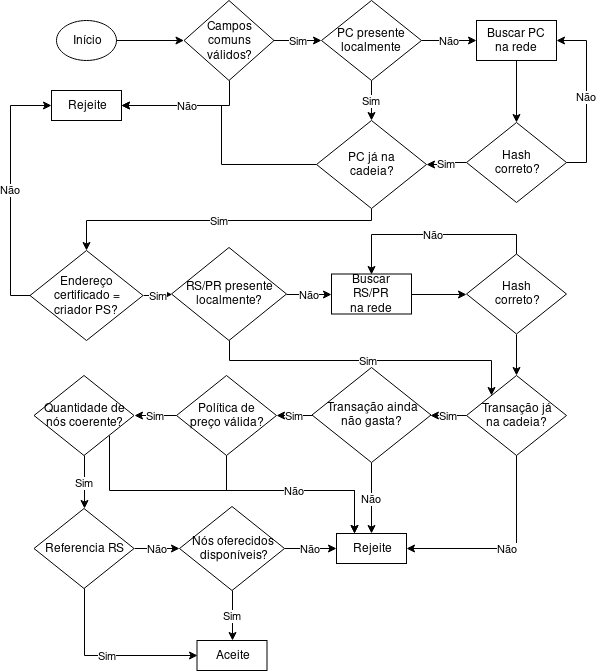
Before: imagens/validacao_ps.png, a diagram exported from draw.io (WiltonLoch/TCC). Source tidied: cells renumbered, new cells last; positions are measured from the earlier drawing's top-left corner, leaving out a move shared by most shapes.
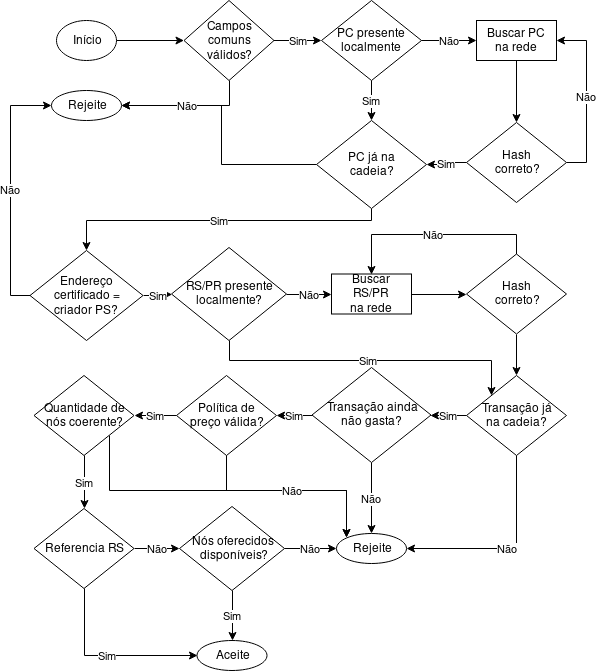
After the commit.

The edit, as a diff of the source:
```diff
@@ -2,14 +2,6 @@
   <root>
     <mxCell id="0" />
     <mxCell id="1" parent="0" />
-    <mxCell id="2" style="edgeStyle=orthogonalEdgeStyle;rounded=0;jettySize=auto;html=1;exitX=1;exitY=1;exitDx=0;exitDy=0;entryX=0.25;entryY=0;entryDx=0;entryDy=0;endArrow=classic;endFill=1;" parent="1" edge="1" source="39" target="37">
-      <mxGeometry relative="1" as="geometry">
-        <Array as="points">
-          <mxPoint x="79" y="490" />
-          <mxPoint x="324" y="490" />
-        </Array>
-      </mxGeometry>
-    </mxCell>
     <mxCell id="3" style="edgeStyle=orthogonalEdgeStyle;rounded=0;jettySize=auto;html=1;exitX=0;exitY=0.5;exitDx=0;exitDy=0;entryX=1;entryY=0.5;entryDx=0;entryDy=0;" parent="1" edge="1" source="19" target="11">
       <mxGeometry relative="1" as="geometry">
         <Array as="points">
@@ -39,7 +31,7 @@
     <mxCell id="10" style="endArrow=classic;html=1;entryX=0;entryY=0.5;entryDx=0;entryDy=0;exitX=1;exitY=0.5;exitDx=0;exitDy=0;" parent="1" edge="1" source="4" target="7">
       <mxGeometry relative="1" as="geometry" />
     </mxCell>
-    <mxCell id="11" value="Rejeite" style="rounded=0;whiteSpace=wrap;html=1;" parent="1" vertex="1">
+    <mxCell id="11" value="Rejeite" style="ellipse;whiteSpace=wrap;html=1;fontFamily=Helvetica;fontSize=12;fontColor=#000000;align=center;strokeColor=#000000;fillColor=#ffffff;" parent="1" vertex="1">
       <mxGeometry x="21" y="90" width="70" height="30" as="geometry" />
     </mxCell>
     <mxCell id="12" value="&lt;div&gt;Buscar PC&lt;br&gt;&lt;/div&gt;&lt;div&gt;na rede&lt;/div&gt;" style="rounded=0;whiteSpace=wrap;html=1;" parent="1" vertex="1">
@@ -121,23 +113,23 @@
     <mxCell id="34" value="Sim" style="edgeStyle=orthogonalEdgeStyle;rounded=0;jettySize=auto;html=1;exitX=0;exitY=0.5;exitDx=0;exitDy=0;entryX=1;entryY=0.5;entryDx=0;entryDy=0;endArrow=classic;endFill=1;" parent="1" edge="1" source="36" target="39">
       <mxGeometry relative="1" as="geometry" />
     </mxCell>
-    <mxCell id="35" value="Não" style="edgeStyle=orthogonalEdgeStyle;rounded=0;jettySize=auto;html=1;exitX=0.5;exitY=1;exitDx=0;exitDy=0;entryX=0.25;entryY=0;entryDx=0;entryDy=0;endArrow=classic;endFill=1;" parent="1" edge="1" source="36" target="37">
-      <mxGeometry relative="1" as="geometry">
-        <Array as="points">
-          <mxPoint x="196" y="490" />
-          <mxPoint x="324" y="490" />
-        </Array>
-      </mxGeometry>
-    </mxCell>
     <mxCell id="36" value="&lt;div&gt;Política de &lt;br&gt;&lt;/div&gt;&lt;div&gt;preço válida?&lt;/div&gt;" style="rhombus;whiteSpace=wrap;html=1;" parent="1" vertex="1">
       <mxGeometry x="146" y="375" width="100" height="80" as="geometry" />
     </mxCell>
-    <mxCell id="37" value="Rejeite" style="rounded=0;whiteSpace=wrap;html=1;" parent="1" vertex="1">
+    <mxCell id="37" value="Rejeite" style="ellipse;whiteSpace=wrap;html=1;fontFamily=Helvetica;fontSize=12;fontColor=#000000;align=center;strokeColor=#000000;fillColor=#ffffff;" parent="1" vertex="1">
       <mxGeometry x="306" y="533" width="70" height="30" as="geometry" />
     </mxCell>
     <mxCell id="38" value="Sim" style="edgeStyle=orthogonalEdgeStyle;rounded=0;jettySize=auto;html=1;exitX=0.5;exitY=1;exitDx=0;exitDy=0;entryX=0.5;entryY=0;entryDx=0;entryDy=0;endArrow=classic;endFill=1;" parent="1" edge="1" source="39" target="49">
       <mxGeometry relative="1" as="geometry" />
     </mxCell>
+    <mxCell id="2" style="edgeStyle=orthogonalEdgeStyle;rounded=0;jettySize=auto;html=1;exitX=1;exitY=1;exitDx=0;exitDy=0;entryX=0;entryY=0;entryDx=0;entryDy=0;" parent="1" edge="1" source="39" target="37">
+      <mxGeometry relative="1" as="geometry">
+        <Array as="points">
+          <mxPoint x="79" y="490" />
+          <mxPoint x="316" y="490" />
+        </Array>
+      </mxGeometry>
+    </mxCell>
     <mxCell id="39" value="Quantidade de nós coerente?" style="rhombus;whiteSpace=wrap;html=1;" parent="1" vertex="1">
       <mxGeometry x="3.5" y="375" width="100" height="80" as="geometry" />
     </mxCell>
@@ -150,7 +142,7 @@
     <mxCell id="42" value="&lt;div&gt;Transação já&lt;/div&gt;&lt;div&gt;na cadeia?&lt;br&gt;&lt;/div&gt;" style="rhombus;whiteSpace=wrap;html=1;" parent="1" vertex="1">
       <mxGeometry x="436" y="375" width="100" height="80" as="geometry" />
     </mxCell>
-    <mxCell id="43" value="Aceite" style="rounded=0;whiteSpace=wrap;html=1;" parent="1" vertex="1">
+    <mxCell id="43" value="Aceite" style="ellipse;whiteSpace=wrap;html=1;fontFamily=Helvetica;fontSize=12;fontColor=#000000;align=center;strokeColor=#000000;fillColor=#ffffff;" parent="1" vertex="1">
       <mxGeometry x="166.5" y="640" width="70" height="30" as="geometry" />
     </mxCell>
     <mxCell id="44" value="Não" style="edgeStyle=orthogonalEdgeStyle;rounded=0;jettySize=auto;html=1;exitX=1;exitY=0.5;exitDx=0;exitDy=0;entryX=0;entryY=0.5;entryDx=0;entryDy=0;endArrow=classic;endFill=1;" parent="1" edge="1" source="46" target="37">
@@ -171,5 +163,13 @@
     <mxCell id="49" value="Referencia RS" style="rhombus;whiteSpace=wrap;html=1;" parent="1" vertex="1">
       <mxGeometry x="3.5" y="508" width="100" height="80" as="geometry" />
     </mxCell>
+    <mxCell id="35" value="Não" style="edgeStyle=orthogonalEdgeStyle;rounded=0;jettySize=auto;html=1;entryX=0;entryY=0;entryDx=0;entryDy=0;" parent="1" edge="1" source="36" target="37">
+      <mxGeometry relative="1" as="geometry">
+        <Array as="points">
+          <mxPoint x="196" y="490" />
+          <mxPoint x="316" y="490" />
+        </Array>
+      </mxGeometry>
+    </mxCell>
   </root>
 </mxGraphModel>
```
